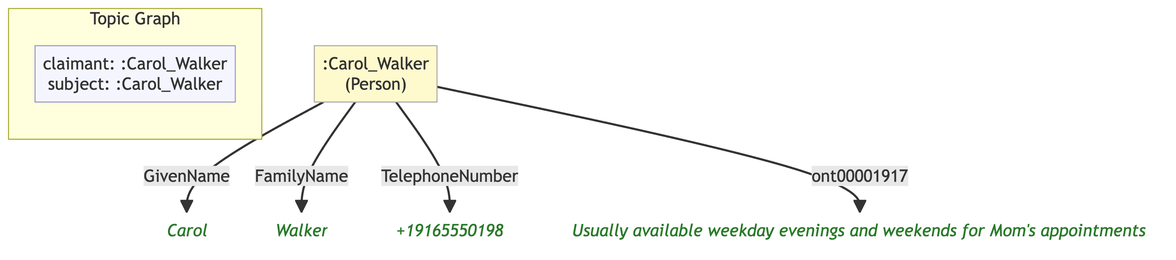
Above: example/graphs/images/graph-28.png in MeeFoundation/mia-ontologies (Mermaid), before the change. Its source is kept beside it as example/graphs/images/graph-28.mmd. The source it was exported from:
```mermaid
flowchart TD
    classDef person fill:#fffacd,stroke:#aaa,color:#333
    classDef grp    fill:#d4edda,stroke:#aaa,color:#333
    classDef org    fill:#cce5ff,stroke:#aaa,color:#333
    classDef lit    fill:none,stroke:none,font-style:italic,color:#2a7a2a
    classDef meta   fill:#f5f5ff,stroke:#9999cc,color:#333

    subgraph ctx["Topic Graph"]
        direction LR
        ctx_meta["claimant: :Carol_Walker\nsubject: :Carol_Walker"]:::meta
    end

    n4c1f2977b9f4[":Carol_Walker\n(Person)"]:::person
    n84c99710413b("Carol"):::lit
    nda96e293b3fc("Walker"):::lit
    n1fe334e72fa6("+19165550198"):::lit
    n2d2015c28a9d("Usually available weekday evenings and weekends for Mom's appointments."):::lit

    n4c1f2977b9f4 -->|"GivenName"| n84c99710413b
    n4c1f2977b9f4 -->|"FamilyName"| nda96e293b3fc
    n4c1f2977b9f4 -->|"TelephoneNumber"| n1fe334e72fa6
    n4c1f2977b9f4 -->|"ont00001917"| n2d2015c28a9d
```
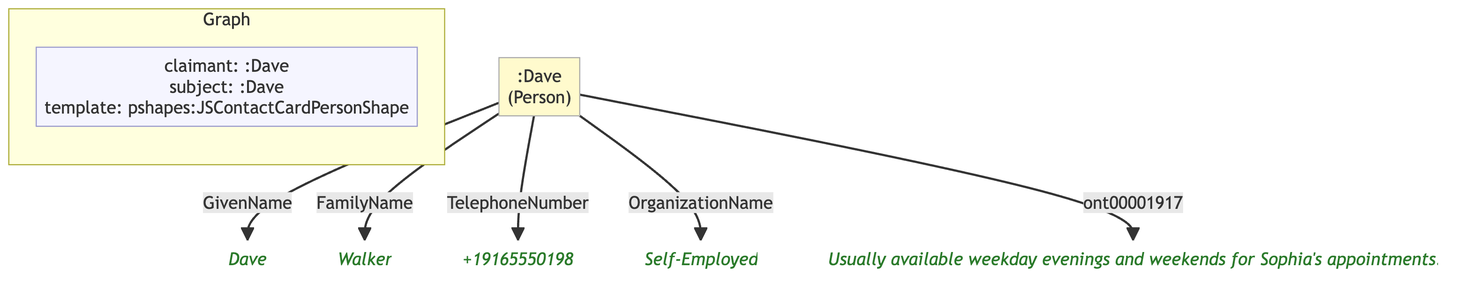
Later version of the same file.

Diff of the diagram source:
```diff
@@ -1,22 +1,23 @@
 flowchart TD
     classDef person fill:#fffacd,stroke:#aaa,color:#333
-    classDef grp    fill:#d4edda,stroke:#aaa,color:#333
     classDef org    fill:#cce5ff,stroke:#aaa,color:#333
     classDef lit    fill:none,stroke:none,font-style:italic,color:#2a7a2a
     classDef meta   fill:#f5f5ff,stroke:#9999cc,color:#333
 
-    subgraph ctx["Topic Graph"]
+    subgraph ctx["Graph"]
         direction LR
-        ctx_meta["claimant: :Carol_Walker\nsubject: :Carol_Walker"]:::meta
+        ctx_meta["claimant: :Dave\nsubject: :Dave\ntemplate: pshapes:JSContactCardPersonShape"]:::meta
     end
 
-    n4c1f2977b9f4[":Carol_Walker\n(Person)"]:::person
-    n84c99710413b("Carol"):::lit
-    nda96e293b3fc("Walker"):::lit
-    n1fe334e72fa6("+19165550198"):::lit
-    n2d2015c28a9d("Usually available weekday evenings and weekends for Mom's appointments."):::lit
+    n1c28f5f47932[":Dave\n(Person)"]:::person
+    n7d2f8ea63606("Dave"):::lit
+    na85376e10af6("Walker"):::lit
+    n9b42d260012e("+19165550198"):::lit
+    n547590c11b52("Self-Employed"):::lit
+    n64215bb79bb5("Usually available weekday evenings and weekends for Sophia's appointments."):::lit
 
-    n4c1f2977b9f4 -->|"GivenName"| n84c99710413b
-    n4c1f2977b9f4 -->|"FamilyName"| nda96e293b3fc
-    n4c1f2977b9f4 -->|"TelephoneNumber"| n1fe334e72fa6
-    n4c1f2977b9f4 -->|"ont00001917"| n2d2015c28a9d
+    n1c28f5f47932 -->|"GivenName"| n7d2f8ea63606
+    n1c28f5f47932 -->|"FamilyName"| na85376e10af6
+    n1c28f5f47932 -->|"TelephoneNumber"| n9b42d260012e
+    n1c28f5f47932 -->|"OrganizationName"| n547590c11b52
+    n1c28f5f47932 -->|"ont00001917"| n64215bb79bb5
```
